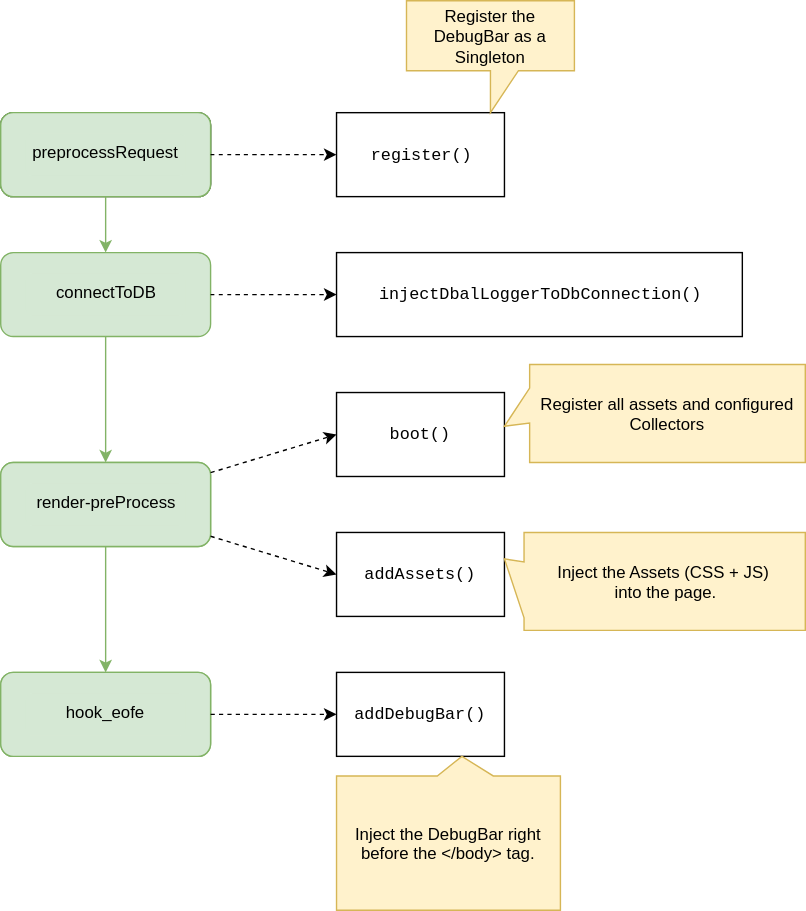
This is Documentation/Images/LifeCycle.svg from Konafets/typo3_debugbar, a draw.io export, as it was before one commit. Source tidied: cells renumbered, new cells last; positions are measured from the earlier drawing's top-left corner, leaving out a move shared by most shapes. Its diagram source:
```xml
<mxGraphModel background="#ffffff">
  <root>
    <mxCell id="0" />
    <mxCell id="1" parent="0" />
    <mxCell id="2" style="group;fillColor=#d5e8d4;strokeColor=none;rounded=1;" parent="1" vertex="1">
      <mxGeometry y="180" width="150" height="60" as="geometry" />
    </mxCell>
    <mxCell id="3" style="rounded=1;whiteSpace=wrap;html=1;shadow=0;glass=0;comic=0;strokeColor=#82b366;fillColor=#d5e8d4;" parent="2" vertex="1">
      <mxGeometry width="150" height="60" as="geometry" />
    </mxCell>
    <mxCell id="4" value="connectToDB" style="text;html=1;align=center;fillColor=#d5e8d4;strokeColor=none;rounded=1;" parent="2" vertex="1">
      <mxGeometry x="18" y="15" width="114" height="30" as="geometry" />
    </mxCell>
    <mxCell id="5" style="group;fillColor=#d5e8d4;strokeColor=#82b366;rounded=1;" parent="1" vertex="1">
      <mxGeometry y="330" width="150" height="60" as="geometry" />
    </mxCell>
    <mxCell id="6" style="rounded=1;whiteSpace=wrap;html=1;shadow=0;glass=0;comic=0;strokeColor=#82b366;fillColor=#d5e8d4;" parent="5" vertex="1">
      <mxGeometry width="150" height="60" as="geometry" />
    </mxCell>
    <mxCell id="7" value="render-preProcess" style="text;html=1;align=center;fillColor=#d5e8d4;strokeColor=none;rounded=1;" parent="5" vertex="1">
      <mxGeometry x="18" y="15" width="114" height="30" as="geometry" />
    </mxCell>
    <mxCell id="8" style="group;fillColor=#d5e8d4;strokeColor=#82b366;glass=0;rounded=1;shadow=0;comic=0;" parent="1" vertex="1">
      <mxGeometry y="480" width="150" height="60" as="geometry" />
    </mxCell>
    <mxCell id="9" style="rounded=1;whiteSpace=wrap;html=1;shadow=0;glass=0;comic=0;strokeColor=#82b366;fillColor=#d5e8d4;" parent="8" vertex="1">
      <mxGeometry width="150" height="60" as="geometry" />
    </mxCell>
    <mxCell id="10" value="hook_eofe" style="text;html=1;align=center;fillColor=#d5e8d4;strokeColor=none;glass=0;rounded=1;shadow=0;comic=0;" parent="8" vertex="1">
      <mxGeometry x="18" y="15" width="114" height="30" as="geometry" />
    </mxCell>
    <mxCell id="11" style="group;fillColor=#d5e8d4;strokeColor=#000000;rounded=1;" parent="1" vertex="1">
      <mxGeometry y="80" width="150" height="60" as="geometry" />
    </mxCell>
    <mxCell id="12" style="group;fillColor=#d5e8d4;strokeColor=#82b366;rounded=1;" parent="11" vertex="1">
      <mxGeometry width="150" height="60" as="geometry" />
    </mxCell>
    <mxCell id="13" style="rounded=1;whiteSpace=wrap;html=1;shadow=0;glass=0;comic=0;strokeColor=#82b366;fillColor=#d5e8d4;" parent="12" vertex="1">
      <mxGeometry width="150" height="60" as="geometry" />
    </mxCell>
    <mxCell id="14" value="preprocessRequest" style="text;html=1;align=center;fillColor=#d5e8d4;strokeColor=none;rounded=1;" parent="12" vertex="1">
      <mxGeometry x="18" y="15" width="114" height="30" as="geometry" />
    </mxCell>
    <mxCell id="15" style="edgeStyle=orthogonalEdgeStyle;curved=1;rounded=0;html=1;entryX=0.5;entryY=0;jettySize=auto;fillColor=#d5e8d4;strokeColor=#82b366;" parent="1" edge="1" source="13" target="3">
      <mxGeometry relative="1" as="geometry" />
    </mxCell>
    <mxCell id="16" style="edgeStyle=orthogonalEdgeStyle;curved=1;rounded=0;html=1;entryX=0.5;entryY=0;jettySize=auto;fillColor=#d5e8d4;strokeColor=#82b366;" parent="1" edge="1" source="3" target="6">
      <mxGeometry relative="1" as="geometry" />
    </mxCell>
    <mxCell id="17" style="edgeStyle=orthogonalEdgeStyle;curved=1;rounded=0;html=1;entryX=0.5;entryY=0;jettySize=auto;fillColor=#d5e8d4;strokeColor=#82b366;" parent="1" edge="1" source="6" target="9">
      <mxGeometry relative="1" as="geometry" />
    </mxCell>
    <mxCell id="18" value="&lt;pre&gt;register()&lt;/pre&gt;" style="rounded=0;whiteSpace=wrap;html=1;shadow=0;glass=0;comic=0;labelBackgroundColor=none;strokeColor=#000000;fillColor=#ffffff;gradientColor=none;fontColor=#000000;align=center;" parent="1" vertex="1">
      <mxGeometry x="240" y="80" width="120" height="60" as="geometry" />
    </mxCell>
    <mxCell id="19" value="&lt;pre&gt;&lt;span&gt;injectDbalLoggerToDbConnection()&lt;/span&gt;&lt;/pre&gt;" style="rounded=0;whiteSpace=wrap;html=1;shadow=0;glass=0;comic=0;labelBackgroundColor=none;strokeColor=#000000;fillColor=#ffffff;gradientColor=none;fontColor=#000000;align=center;" parent="1" vertex="1">
      <mxGeometry x="240" y="180" width="290" height="60" as="geometry" />
    </mxCell>
    <mxCell id="20" value="&lt;pre&gt;boot()&lt;/pre&gt;" style="rounded=0;whiteSpace=wrap;html=1;shadow=0;glass=0;comic=0;labelBackgroundColor=none;strokeColor=#000000;fillColor=#ffffff;gradientColor=none;fontColor=#000000;align=center;" parent="1" vertex="1">
      <mxGeometry x="240" y="280" width="120" height="60" as="geometry" />
    </mxCell>
    <mxCell id="21" value="&lt;pre&gt;&lt;span&gt;addDebugBar()&lt;/span&gt;&lt;/pre&gt;" style="rounded=0;whiteSpace=wrap;html=1;shadow=0;glass=0;comic=0;labelBackgroundColor=none;strokeColor=#000000;fillColor=#ffffff;gradientColor=none;fontColor=#000000;align=center;" parent="1" vertex="1">
      <mxGeometry x="240" y="480" width="120" height="60" as="geometry" />
    </mxCell>
    <mxCell id="22" value="&lt;pre&gt;&lt;span&gt;addAssets&lt;/span&gt;()&lt;/pre&gt;" style="rounded=0;whiteSpace=wrap;html=1;shadow=0;glass=0;comic=0;labelBackgroundColor=none;strokeColor=#000000;fillColor=#ffffff;gradientColor=none;fontColor=#000000;align=center;" parent="1" vertex="1">
      <mxGeometry x="240" y="380" width="120" height="60" as="geometry" />
    </mxCell>
    <mxCell id="23" style="edgeStyle=orthogonalEdgeStyle;curved=1;rounded=0;html=1;entryX=0;entryY=0.5;jettySize=auto;fontColor=#000000;dashed=1;" parent="1" edge="1" source="13" target="18">
      <mxGeometry relative="1" as="geometry" />
    </mxCell>
    <mxCell id="24" style="edgeStyle=orthogonalEdgeStyle;curved=1;rounded=0;html=1;entryX=0;entryY=0.5;dashed=1;jettySize=auto;fontColor=#000000;" parent="1" edge="1" source="3" target="19">
      <mxGeometry relative="1" as="geometry" />
    </mxCell>
    <mxCell id="25" style="rounded=0;html=1;entryX=0;entryY=0.5;dashed=1;jettySize=auto;fontColor=#000000;" parent="1" edge="1" source="6" target="20">
      <mxGeometry relative="1" as="geometry" />
    </mxCell>
    <mxCell id="26" style="edgeStyle=none;rounded=0;html=1;entryX=0;entryY=0.5;dashed=1;jettySize=auto;fontColor=#000000;" parent="1" edge="1" source="6" target="22">
      <mxGeometry relative="1" as="geometry" />
    </mxCell>
    <mxCell id="27" style="edgeStyle=none;rounded=0;html=1;entryX=0;entryY=0.5;dashed=1;jettySize=auto;fontColor=#000000;" parent="1" edge="1" source="9" target="21">
      <mxGeometry relative="1" as="geometry" />
    </mxCell>
    <mxCell id="28" value="Register the DebugBar as a Singleton" style="shape=callout;whiteSpace=wrap;html=1;perimeter=calloutPerimeter;rounded=1;shadow=0;glass=0;comic=0;labelBackgroundColor=none;strokeColor=#d6b656;fillColor=#fff2cc;fontColor=#000000;align=center;arcSize=0;" parent="1" vertex="1">
      <mxGeometry x="290" width="120" height="80" as="geometry" />
    </mxCell>
    <mxCell id="29" value="Register all assets and configured Collectors" style="shape=callout;whiteSpace=wrap;html=1;perimeter=calloutPerimeter;rounded=1;shadow=0;glass=0;comic=0;labelBackgroundColor=none;strokeColor=#d6b656;fillColor=#fff2cc;fontColor=#000000;align=center;position2=0.63;size=18;position=0.24;arcSize=0;base=25;direction=south;" parent="1" vertex="1">
      <mxGeometry x="360" y="260" width="215" height="70" as="geometry" />
    </mxCell>
    <mxCell id="30" value="Inject the Assets (CSS + JS)&amp;nbsp;&lt;div&gt;into the page.&lt;/div&gt;" style="shape=callout;whiteSpace=wrap;html=1;perimeter=calloutPerimeter;rounded=1;shadow=0;glass=0;comic=0;labelBackgroundColor=none;strokeColor=#d6b656;fillColor=#fff2cc;fontColor=#000000;align=center;position2=0.27;size=14;position=0.3;arcSize=0;base=40;direction=south;" parent="1" vertex="1">
      <mxGeometry x="360" y="380" width="215" height="70" as="geometry" />
    </mxCell>
    <mxCell id="31" value="Inject the DebugBar right before the &amp;lt;/body&amp;gt; tag." style="shape=callout;whiteSpace=wrap;html=1;perimeter=calloutPerimeter;rounded=1;shadow=0;glass=0;comic=0;labelBackgroundColor=none;strokeColor=#d6b656;fillColor=#fff2cc;fontColor=#000000;align=center;position2=0.44;size=14;position=0.3;arcSize=0;base=40;direction=west;" parent="1" vertex="1">
      <mxGeometry x="240" y="540" width="160" height="110" as="geometry" />
    </mxCell>
  </root>
</mxGraphModel>
```
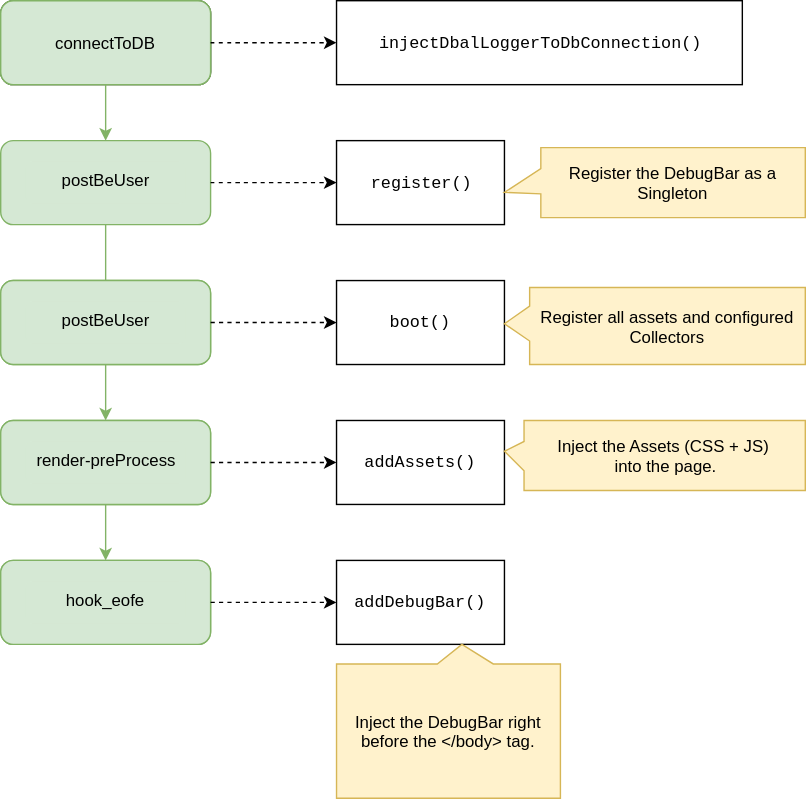
The same file after the commit.

Diff of the diagram source:
```diff
@@ -8,11 +8,11 @@
     <mxCell id="3" style="rounded=1;whiteSpace=wrap;html=1;shadow=0;glass=0;comic=0;strokeColor=#82b366;fillColor=#d5e8d4;" parent="2" vertex="1">
       <mxGeometry width="150" height="60" as="geometry" />
     </mxCell>
-    <mxCell id="4" value="connectToDB" style="text;html=1;align=center;fillColor=#d5e8d4;strokeColor=none;rounded=1;" parent="2" vertex="1">
+    <mxCell id="4" value="postBeUser" style="text;html=1;align=center;fillColor=#d5e8d4;strokeColor=none;rounded=1;" parent="2" vertex="1">
       <mxGeometry x="18" y="15" width="114" height="30" as="geometry" />
     </mxCell>
     <mxCell id="5" style="group;fillColor=#d5e8d4;strokeColor=#82b366;rounded=1;" parent="1" vertex="1">
-      <mxGeometry y="330" width="150" height="60" as="geometry" />
+      <mxGeometry y="380" width="150" height="60" as="geometry" />
     </mxCell>
     <mxCell id="6" style="rounded=1;whiteSpace=wrap;html=1;shadow=0;glass=0;comic=0;strokeColor=#82b366;fillColor=#d5e8d4;" parent="5" vertex="1">
       <mxGeometry width="150" height="60" as="geometry" />
@@ -35,12 +35,9 @@
     <mxCell id="12" style="group;fillColor=#d5e8d4;strokeColor=#82b366;rounded=1;" parent="11" vertex="1">
       <mxGeometry width="150" height="60" as="geometry" />
     </mxCell>
-    <mxCell id="13" style="rounded=1;whiteSpace=wrap;html=1;shadow=0;glass=0;comic=0;strokeColor=#82b366;fillColor=#d5e8d4;" parent="12" vertex="1">
+    <mxCell id="13" value="connectToDB" style="rounded=1;whiteSpace=wrap;html=1;shadow=0;glass=0;comic=0;strokeColor=#82b366;fillColor=#d5e8d4;" parent="12" vertex="1">
       <mxGeometry width="150" height="60" as="geometry" />
     </mxCell>
-    <mxCell id="14" value="preprocessRequest" style="text;html=1;align=center;fillColor=#d5e8d4;strokeColor=none;rounded=1;" parent="12" vertex="1">
-      <mxGeometry x="18" y="15" width="114" height="30" as="geometry" />
-    </mxCell>
     <mxCell id="15" style="edgeStyle=orthogonalEdgeStyle;curved=1;rounded=0;html=1;entryX=0.5;entryY=0;jettySize=auto;fillColor=#d5e8d4;strokeColor=#82b366;" parent="1" edge="1" source="13" target="3">
       <mxGeometry relative="1" as="geometry" />
     </mxCell>
@@ -50,11 +47,11 @@
     <mxCell id="17" style="edgeStyle=orthogonalEdgeStyle;curved=1;rounded=0;html=1;entryX=0.5;entryY=0;jettySize=auto;fillColor=#d5e8d4;strokeColor=#82b366;" parent="1" edge="1" source="6" target="9">
       <mxGeometry relative="1" as="geometry" />
     </mxCell>
-    <mxCell id="18" value="&lt;pre&gt;register()&lt;/pre&gt;" style="rounded=0;whiteSpace=wrap;html=1;shadow=0;glass=0;comic=0;labelBackgroundColor=none;strokeColor=#000000;fillColor=#ffffff;gradientColor=none;fontColor=#000000;align=center;" parent="1" vertex="1">
-      <mxGeometry x="240" y="80" width="120" height="60" as="geometry" />
+    <mxCell id="18" value="&lt;pre&gt;&lt;span&gt;injectDbalLoggerToDbConnection()&lt;/span&gt;&lt;/pre&gt;" style="rounded=0;whiteSpace=wrap;html=1;shadow=0;glass=0;comic=0;labelBackgroundColor=none;strokeColor=#000000;fillColor=#ffffff;gradientColor=none;fontColor=#000000;align=center;" parent="1" vertex="1">
+      <mxGeometry x="240" y="80" width="290" height="60" as="geometry" />
     </mxCell>
-    <mxCell id="19" value="&lt;pre&gt;&lt;span&gt;injectDbalLoggerToDbConnection()&lt;/span&gt;&lt;/pre&gt;" style="rounded=0;whiteSpace=wrap;html=1;shadow=0;glass=0;comic=0;labelBackgroundColor=none;strokeColor=#000000;fillColor=#ffffff;gradientColor=none;fontColor=#000000;align=center;" parent="1" vertex="1">
-      <mxGeometry x="240" y="180" width="290" height="60" as="geometry" />
+    <mxCell id="19" value="&lt;pre&gt;&lt;span&gt;register()&lt;/span&gt;&lt;/pre&gt;" style="rounded=0;whiteSpace=wrap;html=1;shadow=0;glass=0;comic=0;labelBackgroundColor=none;strokeColor=#000000;fillColor=#ffffff;gradientColor=none;fontColor=#000000;align=center;" parent="1" vertex="1">
+      <mxGeometry x="240" y="180" width="120" height="60" as="geometry" />
     </mxCell>
     <mxCell id="20" value="&lt;pre&gt;boot()&lt;/pre&gt;" style="rounded=0;whiteSpace=wrap;html=1;shadow=0;glass=0;comic=0;labelBackgroundColor=none;strokeColor=#000000;fillColor=#ffffff;gradientColor=none;fontColor=#000000;align=center;" parent="1" vertex="1">
       <mxGeometry x="240" y="280" width="120" height="60" as="geometry" />
@@ -71,26 +68,44 @@
     <mxCell id="24" style="edgeStyle=orthogonalEdgeStyle;curved=1;rounded=0;html=1;entryX=0;entryY=0.5;dashed=1;jettySize=auto;fontColor=#000000;" parent="1" edge="1" source="3" target="19">
       <mxGeometry relative="1" as="geometry" />
     </mxCell>
-    <mxCell id="25" style="rounded=0;html=1;entryX=0;entryY=0.5;dashed=1;jettySize=auto;fontColor=#000000;" parent="1" edge="1" source="6" target="20">
-      <mxGeometry relative="1" as="geometry" />
-    </mxCell>
     <mxCell id="26" style="edgeStyle=none;rounded=0;html=1;entryX=0;entryY=0.5;dashed=1;jettySize=auto;fontColor=#000000;" parent="1" edge="1" source="6" target="22">
       <mxGeometry relative="1" as="geometry" />
     </mxCell>
     <mxCell id="27" style="edgeStyle=none;rounded=0;html=1;entryX=0;entryY=0.5;dashed=1;jettySize=auto;fontColor=#000000;" parent="1" edge="1" source="9" target="21">
       <mxGeometry relative="1" as="geometry" />
     </mxCell>
-    <mxCell id="28" value="Register the DebugBar as a Singleton" style="shape=callout;whiteSpace=wrap;html=1;perimeter=calloutPerimeter;rounded=1;shadow=0;glass=0;comic=0;labelBackgroundColor=none;strokeColor=#d6b656;fillColor=#fff2cc;fontColor=#000000;align=center;arcSize=0;" parent="1" vertex="1">
-      <mxGeometry x="290" width="120" height="80" as="geometry" />
+    <mxCell id="28" value="Register the DebugBar as a Singleton" style="shape=callout;whiteSpace=wrap;html=1;perimeter=calloutPerimeter;rounded=1;shadow=0;glass=0;comic=0;labelBackgroundColor=none;strokeColor=#d6b656;fillColor=#fff2cc;fontColor=#000000;align=center;arcSize=0;direction=south;position2=0.64;size=26;position=0.3;base=18;" parent="1" vertex="1">
+      <mxGeometry x="360" y="185" width="215" height="50" as="geometry" />
     </mxCell>
-    <mxCell id="29" value="Register all assets and configured Collectors" style="shape=callout;whiteSpace=wrap;html=1;perimeter=calloutPerimeter;rounded=1;shadow=0;glass=0;comic=0;labelBackgroundColor=none;strokeColor=#d6b656;fillColor=#fff2cc;fontColor=#000000;align=center;position2=0.63;size=18;position=0.24;arcSize=0;base=25;direction=south;" parent="1" vertex="1">
-      <mxGeometry x="360" y="260" width="215" height="70" as="geometry" />
+    <mxCell id="29" value="Register all assets and configured Collectors" style="shape=callout;whiteSpace=wrap;html=1;perimeter=calloutPerimeter;rounded=1;shadow=0;glass=0;comic=0;labelBackgroundColor=none;strokeColor=#d6b656;fillColor=#fff2cc;fontColor=#000000;align=center;position2=0.47;size=18;position=0.24;arcSize=0;base=25;direction=south;" parent="1" vertex="1">
+      <mxGeometry x="360" y="285" width="215" height="55" as="geometry" />
     </mxCell>
-    <mxCell id="30" value="Inject the Assets (CSS + JS)&amp;nbsp;&lt;div&gt;into the page.&lt;/div&gt;" style="shape=callout;whiteSpace=wrap;html=1;perimeter=calloutPerimeter;rounded=1;shadow=0;glass=0;comic=0;labelBackgroundColor=none;strokeColor=#d6b656;fillColor=#fff2cc;fontColor=#000000;align=center;position2=0.27;size=14;position=0.3;arcSize=0;base=40;direction=south;" parent="1" vertex="1">
-      <mxGeometry x="360" y="380" width="215" height="70" as="geometry" />
+    <mxCell id="30" value="Inject the Assets (CSS + JS)&amp;nbsp;&lt;div&gt;into the page.&lt;/div&gt;" style="shape=callout;whiteSpace=wrap;html=1;perimeter=calloutPerimeter;rounded=1;shadow=0;glass=0;comic=0;labelBackgroundColor=none;strokeColor=#d6b656;fillColor=#fff2cc;fontColor=#000000;align=center;position2=0.44;size=14;position=0.3;arcSize=0;base=21;direction=south;" parent="1" vertex="1">
+      <mxGeometry x="360" y="380" width="215" height="50" as="geometry" />
     </mxCell>
     <mxCell id="31" value="Inject the DebugBar right before the &amp;lt;/body&amp;gt; tag." style="shape=callout;whiteSpace=wrap;html=1;perimeter=calloutPerimeter;rounded=1;shadow=0;glass=0;comic=0;labelBackgroundColor=none;strokeColor=#d6b656;fillColor=#fff2cc;fontColor=#000000;align=center;position2=0.44;size=14;position=0.3;arcSize=0;base=40;direction=west;" parent="1" vertex="1">
       <mxGeometry x="240" y="540" width="160" height="110" as="geometry" />
     </mxCell>
+    <mxCell id="32" style="group;fillColor=#d5e8d4;strokeColor=#82b366;rounded=1;" parent="1" vertex="1">
+      <mxGeometry y="280" width="150" height="60" as="geometry" />
+    </mxCell>
+    <mxCell id="33" style="rounded=1;whiteSpace=wrap;html=1;shadow=0;glass=0;comic=0;strokeColor=#82b366;fillColor=#d5e8d4;" parent="32" vertex="1">
+      <mxGeometry width="150" height="60" as="geometry" />
+    </mxCell>
+    <mxCell id="34" value="postBeUser" style="text;html=1;align=center;fillColor=#d5e8d4;strokeColor=none;rounded=1;" parent="32" vertex="1">
+      <mxGeometry x="18" y="15" width="114" height="30" as="geometry" />
+    </mxCell>
+    <mxCell id="35" style="edgeStyle=none;rounded=0;html=1;exitX=1;exitY=0.5;entryX=0;entryY=0.5;dashed=1;jettySize=auto;fontColor=#000000;" parent="1" edge="1" source="33" target="20">
+      <mxGeometry relative="1" as="geometry" />
+    </mxCell>
+    <mxCell id="36" style="edgeStyle=none;rounded=0;html=1;exitX=1;exitY=0.5;dashed=1;jettySize=auto;orthogonalLoop=1;fontColor=#000000;" parent="1" edge="1" source="19" target="19">
+      <mxGeometry relative="1" as="geometry" />
+    </mxCell>
+    <mxCell id="37" style="edgeStyle=none;rounded=0;html=1;exitX=1;exitY=0.5;dashed=1;jettySize=auto;orthogonalLoop=1;fontColor=#000000;" parent="1" edge="1" source="19" target="19">
+      <mxGeometry relative="1" as="geometry" />
+    </mxCell>
+    <mxCell id="38" style="edgeStyle=none;rounded=0;html=1;exitX=1;exitY=0.75;dashed=1;jettySize=auto;orthogonalLoop=1;fontColor=#000000;" parent="1" edge="1" source="19" target="19">
+      <mxGeometry relative="1" as="geometry" />
+    </mxCell>
   </root>
 </mxGraphModel>
```
